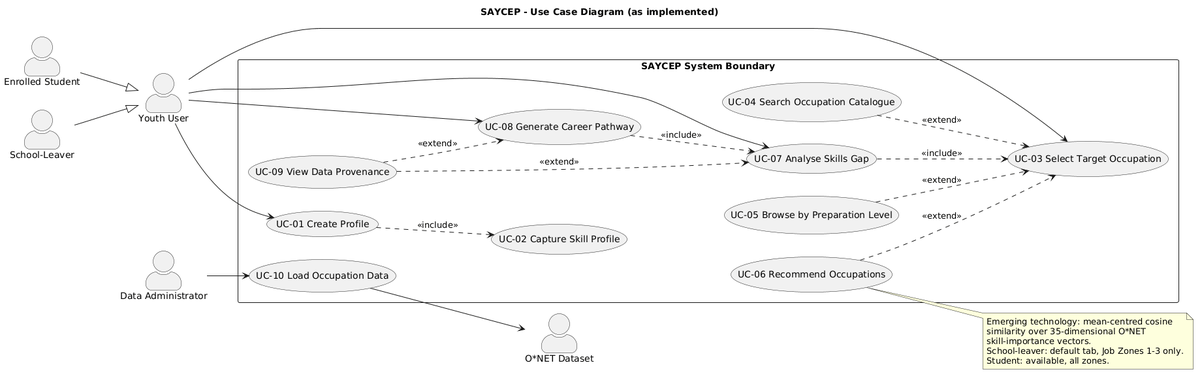
The PlantUML diagram docs/uml/a3/02-use-case.png in ShogunLSG/SAYCEP, before a commit. Its diagram source:
```plantuml
@startuml
title SAYCEP - Use Case Diagram (as implemented)
left to right direction
skinparam packageStyle rectangle
skinparam actorStyle awesome

actor "Youth User" as User
actor "Enrolled Student" as Student
actor "School-Leaver" as Leaver
actor "Data Administrator" as Admin
actor "O*NET Dataset" as ONET

Student --|> User
Leaver --|> User

rectangle "SAYCEP System Boundary" {
  usecase "UC-01 Create Profile" as UC1
  usecase "UC-02 Capture Skill Profile" as UC2
  usecase "UC-03 Select Target Occupation" as UC3
  usecase "UC-04 Search Occupation Catalogue" as UC4
  usecase "UC-05 Browse by Preparation Level" as UC5
  usecase "UC-06 Recommend Occupations" as UC6
  usecase "UC-07 Analyse Skills Gap" as UC7
  usecase "UC-08 Generate Career Pathway" as UC8
  usecase "UC-09 View Data Provenance" as UC9
  usecase "UC-10 Load Occupation Data" as UC10
}

User --> UC1
User --> UC3
User --> UC7
User --> UC8
Admin --> UC10

UC1 ..> UC2 : <<include>>
UC4 ..> UC3 : <<extend>>
UC5 ..> UC3 : <<extend>>
UC6 ..> UC3 : <<extend>>
UC7 ..> UC3 : <<include>>
UC8 ..> UC7 : <<include>>
UC9 ..> UC7 : <<extend>>
UC9 ..> UC8 : <<extend>>

UC10 --> ONET

note right of UC6
  Emerging technology: mean-centred cosine
  similarity over 35-dimensional O*NET
  skill-importance vectors.
  School-leaver: default tab, Job Zones 1-3 only.
  Student: available, all zones.
end note
@enduml
```
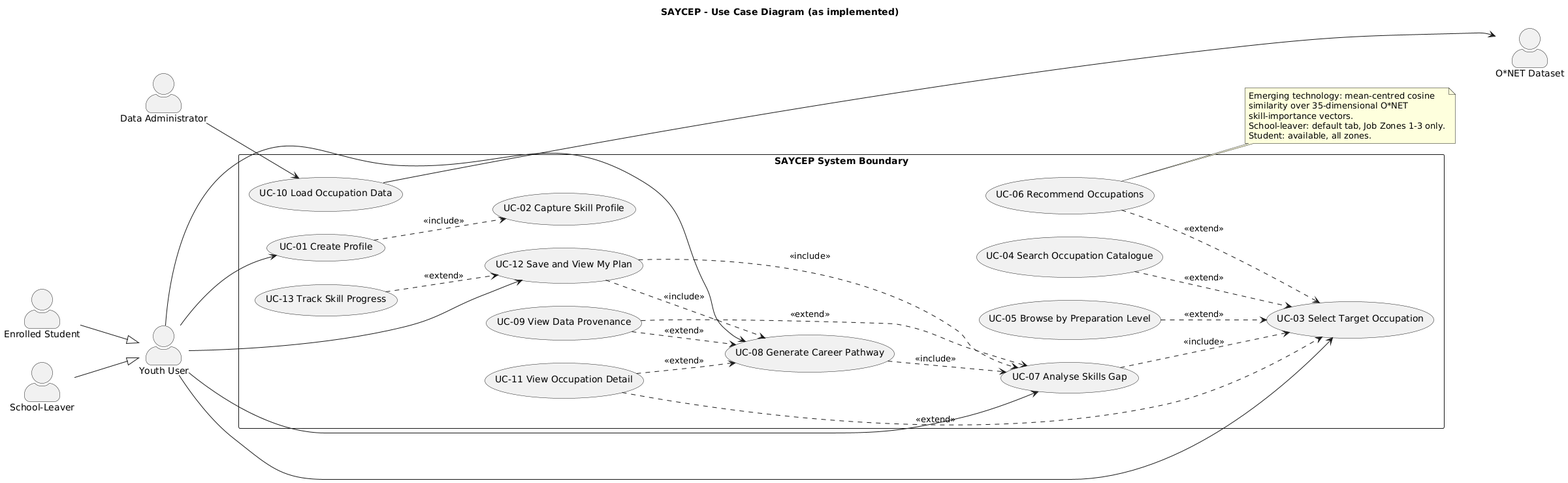
Above is the later version.

The edit, as a diff of the source:
```diff
@@ -1,4 +1,4 @@
-@startuml
+@startuml SAYCEP_A3_UseCase
 title SAYCEP - Use Case Diagram (as implemented)
 left to right direction
 skinparam packageStyle rectangle
@@ -24,12 +24,16 @@
   usecase "UC-08 Generate Career Pathway" as UC8
   usecase "UC-09 View Data Provenance" as UC9
   usecase "UC-10 Load Occupation Data" as UC10
+  usecase "UC-11 View Occupation Detail" as UC11
+  usecase "UC-12 Save and View My Plan" as UC12
+  usecase "UC-13 Track Skill Progress" as UC13
 }
 
 User --> UC1
 User --> UC3
 User --> UC7
 User --> UC8
+User --> UC12
 Admin --> UC10
 
 UC1 ..> UC2 : <<include>>
@@ -40,8 +44,15 @@
 UC8 ..> UC7 : <<include>>
 UC9 ..> UC7 : <<extend>>
 UC9 ..> UC8 : <<extend>>
+UC11 ..> UC3 : <<extend>>
+UC11 ..> UC8 : <<extend>>
+UC12 ..> UC7 : <<include>>
+UC12 ..> UC8 : <<include>>
+UC13 ..> UC12 : <<extend>>
 
 UC10 --> ONET
+UC6 -[hidden]-> ONET
+UC3 -[hidden]-> ONET
 
 note right of UC6
   Emerging technology: mean-centred cosine
@@ -50,4 +61,5 @@
   School-leaver: default tab, Job Zones 1-3 only.
   Student: available, all zones.
 end note
+
 @enduml
```
